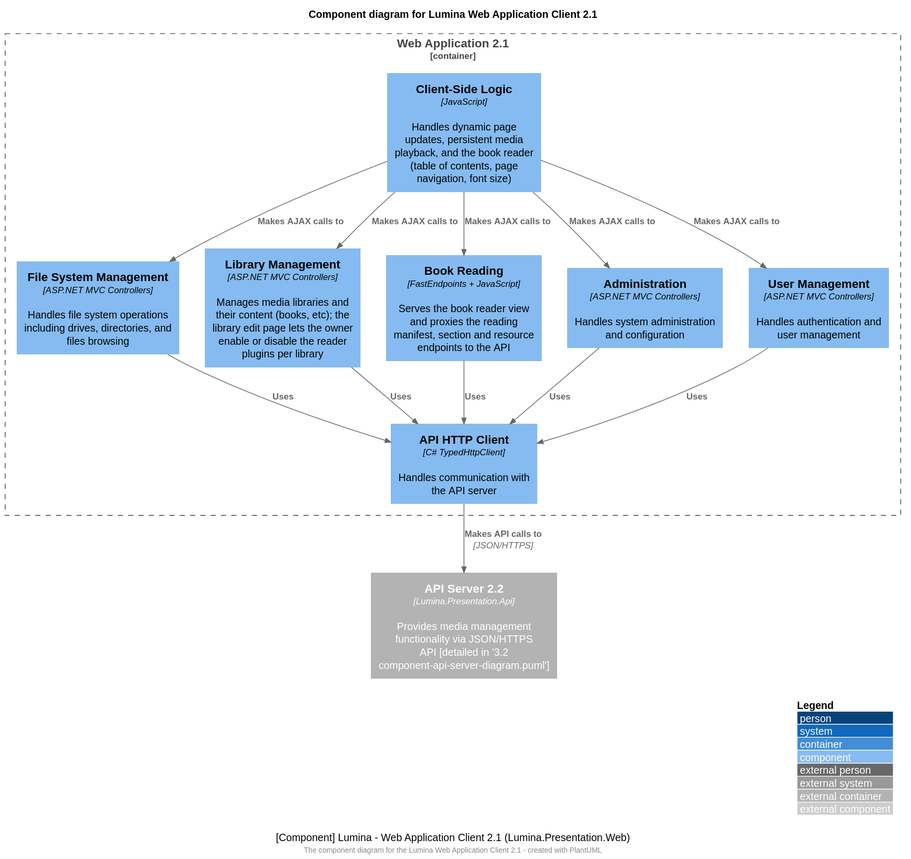
Above: docs/technical/architecture/3.1 component-web-client-diagram.svg in BinaryAlley/Lumina (PlantUML), before the change. Its diagram source:
```plantuml
@startuml
!include <C4/C4_Component>

LAYOUT_WITH_LEGEND()
title Component diagram for Lumina Web Application Client 2.1

Container_Ext(api, "API Server 2.2", "Lumina.Presentation.Api", "Provides media management functionality via JSON/HTTPS API [detailed in '3.2 component-api-server-diagram.puml']")

Container_Boundary(wb, "Web Application 2.1") {
    Component(fileSystem, "File System Management", "ASP.NET MVC Controllers", "Handles file system operations including drives, directories, and files browsing")

    Component(library, "Library Management", "ASP.NET MVC Controllers", "Manages media libraries and their content (books, etc); the library edit page lets the owner enable or disable the reader plugins per library")

    Component(bookReader, "Book Reading", "FastEndpoints + JavaScript", "Serves the book reader view and proxies the reading manifest, section and resource endpoints to the API")

    Component(admin, "Administration", "ASP.NET MVC Controllers", "Handles system administration and configuration")

    Component(users, "User Management", "ASP.NET MVC Controllers", "Handles authentication and user management")

    Component(clientJs, "Client-Side Logic", "JavaScript", "Handles dynamic page updates, persistent media playback, and the book reader (table of contents, page navigation, font size)")

    Component(httpClient, "API HTTP Client", "C# TypedHttpClient", "Handles communication with the API server")
}

Rel(fileSystem, httpClient, "Uses")
Rel(library, httpClient, "Uses")
Rel(bookReader, httpClient, "Uses")
Rel(admin, httpClient, "Uses")
Rel(users, httpClient, "Uses")
Rel(httpClient, api, "Makes API calls to", "JSON/HTTPS")
Rel(clientJs, fileSystem, "Makes AJAX calls to")
Rel(clientJs, library, "Makes AJAX calls to")
Rel(clientJs, bookReader, "Makes AJAX calls to")
Rel(clientJs, admin, "Makes AJAX calls to")
Rel(clientJs, users, "Makes AJAX calls to")

caption [Component] Lumina - Web Application Client 2.1 (Lumina.Presentation.Web)

footer The component diagram for the Lumina Web Application Client 2.1 - created with PlantUML
@enduml
```
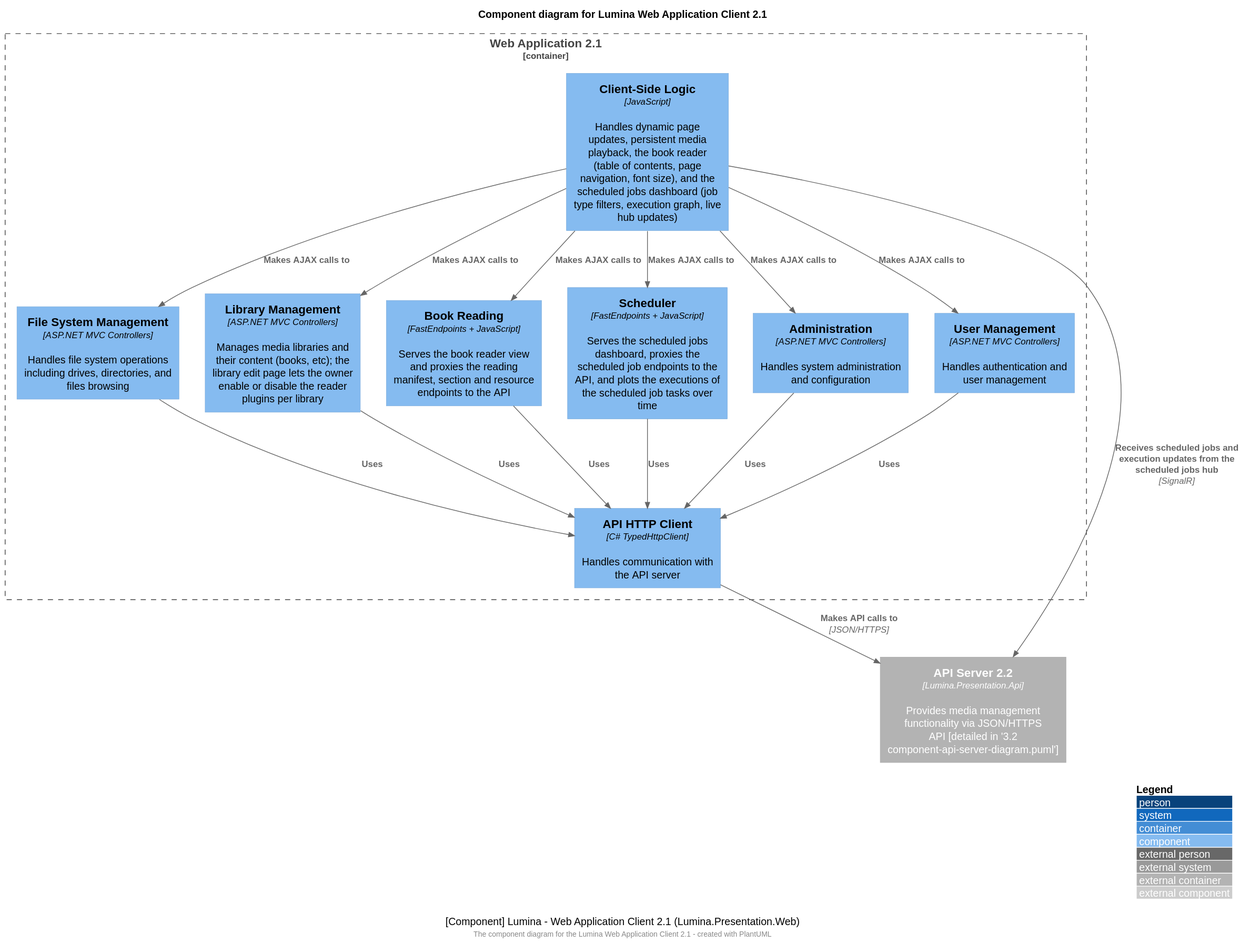
After the change.

The edit, as a diff of the source:
```diff
@@ -13,11 +13,13 @@
 
     Component(bookReader, "Book Reading", "FastEndpoints + JavaScript", "Serves the book reader view and proxies the reading manifest, section and resource endpoints to the API")
 
+    Component(scheduler, "Scheduler", "FastEndpoints + JavaScript", "Serves the scheduled jobs dashboard, proxies the scheduled job endpoints to the API, and plots the executions of the scheduled job tasks over time")
+
     Component(admin, "Administration", "ASP.NET MVC Controllers", "Handles system administration and configuration")
 
     Component(users, "User Management", "ASP.NET MVC Controllers", "Handles authentication and user management")
 
-    Component(clientJs, "Client-Side Logic", "JavaScript", "Handles dynamic page updates, persistent media playback, and the book reader (table of contents, page navigation, font size)")
+    Component(clientJs, "Client-Side Logic", "JavaScript", "Handles dynamic page updates, persistent media playback, the book reader (table of contents, page navigation, font size), and the scheduled jobs dashboard (job type filters, execution graph, live hub updates)")
 
     Component(httpClient, "API HTTP Client", "C# TypedHttpClient", "Handles communication with the API server")
 }
@@ -25,14 +27,17 @@
 Rel(fileSystem, httpClient, "Uses")
 Rel(library, httpClient, "Uses")
 Rel(bookReader, httpClient, "Uses")
+Rel(scheduler, httpClient, "Uses")
 Rel(admin, httpClient, "Uses")
 Rel(users, httpClient, "Uses")
 Rel(httpClient, api, "Makes API calls to", "JSON/HTTPS")
 Rel(clientJs, fileSystem, "Makes AJAX calls to")
 Rel(clientJs, library, "Makes AJAX calls to")
 Rel(clientJs, bookReader, "Makes AJAX calls to")
+Rel(clientJs, scheduler, "Makes AJAX calls to")
 Rel(clientJs, admin, "Makes AJAX calls to")
 Rel(clientJs, users, "Makes AJAX calls to")
+Rel(clientJs, api, "Receives scheduled jobs and execution updates from the scheduled jobs hub", "SignalR")
 
 caption [Component] Lumina - Web Application Client 2.1 (Lumina.Presentation.Web)
 
```
